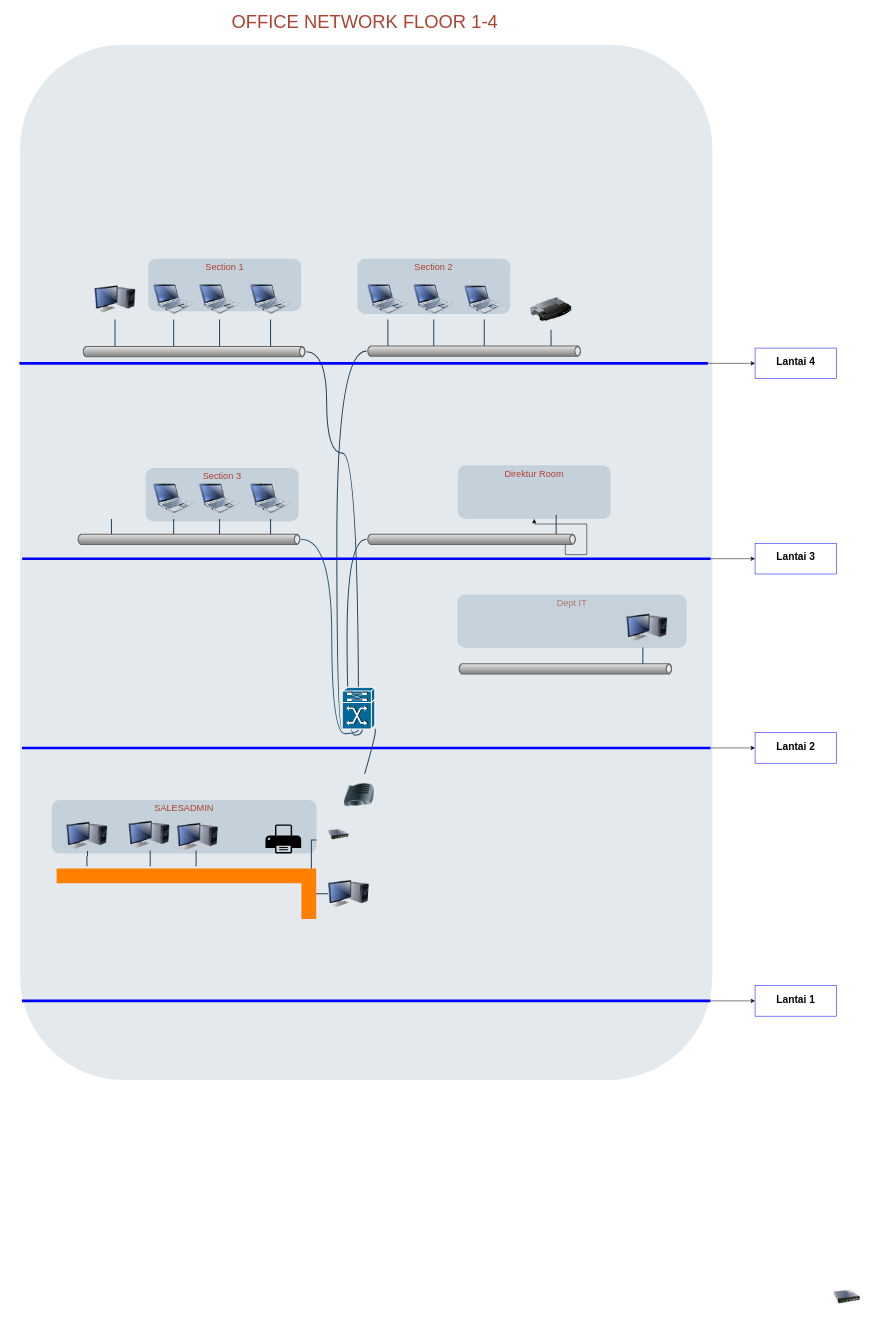
This is Topologi jaringan Office.drawio from dheonz/olampp, a draw.io file, before an edit. Source tidied: cells renumbered, new cells numbered last; positions are measured from the earlier drawing's top-left corner, leaving out a move shared by most shapes. Both pictures are drawn from the tidied source at 51%, with x=0, y=0 at pixel (13, 9).
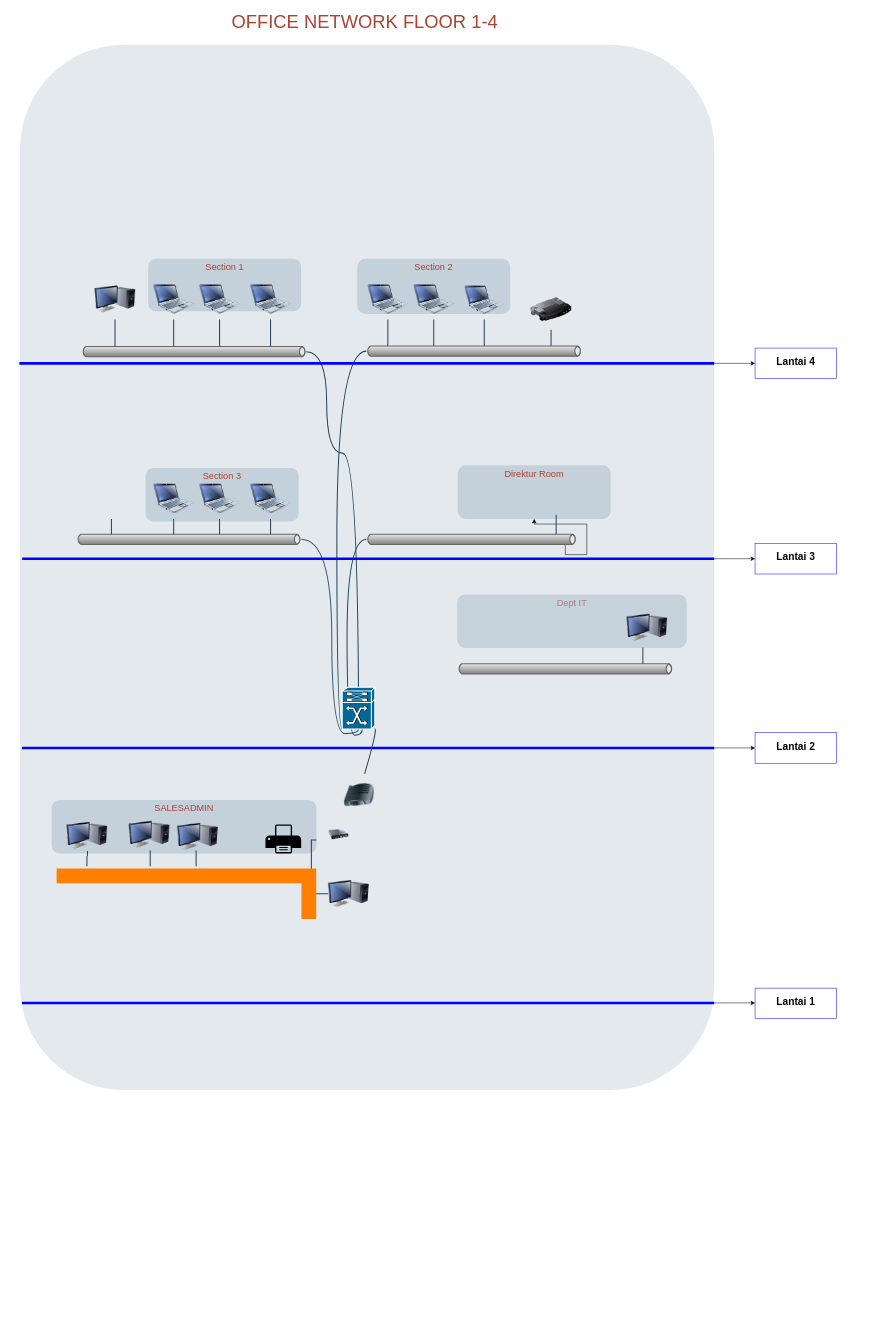
The same diagram, later.

Diff of the diagram source:
```diff
@@
     <mxCell id="3" style="rounded=1;whiteSpace=wrap;html=1;shadow=0;strokeColor=none;fillColor=#BAC8D3;gradientColor=none;fontSize=18;fontColor=#F08705;opacity=40;fontStyle=0;strokeWidth=3;" parent="1" vertex="1">
-      <mxGeometry x="13.8" y="70" width="1357.5" height="2030" as="geometry" />
+      <mxGeometry x="13.8" y="70" width="1361.2" height="2050" as="geometry" />
     </mxCell>
@@
-    <mxCell id="58" style="image;html=1;image=img/lib/clip_art/networking/Switch_128x128.png;rotation=5;" parent="1" vertex="1">
-      <mxGeometry x="1609" y="2506" width="52" height="40" as="geometry" />
-    </mxCell>
@@
     <mxCell id="62" style="line;strokeWidth=5;html=1;strokeColor=#0000FF;" parent="1" vertex="1">
-      <mxGeometry x="18" y="1073" width="1350" height="10" as="geometry" />
+      <mxGeometry x="18" y="1073" width="1357" height="10" as="geometry" />
     </mxCell>
@@
     <mxCell id="64" style="line;strokeWidth=5;html=1;strokeColor=#0000FF;" parent="1" vertex="1">
-      <mxGeometry x="17.5" y="1444" width="1350" height="10" as="geometry" />
+      <mxGeometry x="17.5" y="1444" width="1357.5" height="10" as="geometry" />
     </mxCell>
@@
     <mxCell id="66" style="line;strokeWidth=5;html=1;strokeColor=#0000FF;" parent="1" vertex="1">
-      <mxGeometry x="12.5" y="690" width="1350" height="10" as="geometry" />
+      <mxGeometry x="12.5" y="690" width="1362.5" height="10" as="geometry" />
     </mxCell>
@@
     <mxCell id="72" style="edgeStyle=orthogonalEdgeStyle;rounded=0;jettySize=auto;html=1;fontSize=18;" parent="1" edge="1" source="73" target="74">
-      <mxGeometry relative="1" as="geometry" />
+      <mxGeometry relative="1" as="geometry">
+        <Array as="points">
+          <mxPoint x="1455" y="1949" />
+          <mxPoint x="1455" y="1949" />
+        </Array>
+      </mxGeometry>
     </mxCell>
     <mxCell id="73" style="line;strokeWidth=5;html=1;strokeColor=#0000FF;" parent="1" vertex="1">
-      <mxGeometry x="17.5" y="1940" width="1350" height="10" as="geometry" />
+      <mxGeometry x="17.5" y="1944" width="1357.5" height="10" as="geometry" />
     </mxCell>
     <mxCell id="74" value="&lt;b&gt;&lt;font style=&quot;font-size: 20px;&quot;&gt;Lantai 1&lt;/font&gt;&lt;/b&gt;" style="whiteSpace=wrap;html=1;verticalAlign=top;strokeColor=#0000FF;strokeWidth=1;labelBackgroundColor=default;spacingTop=8;" parent="1" vertex="1">
-      <mxGeometry x="1455" y="1915" width="160" height="60" as="geometry" />
+      <mxGeometry x="1455" y="1920" width="160" height="60" as="geometry" />
     </mxCell>
```
